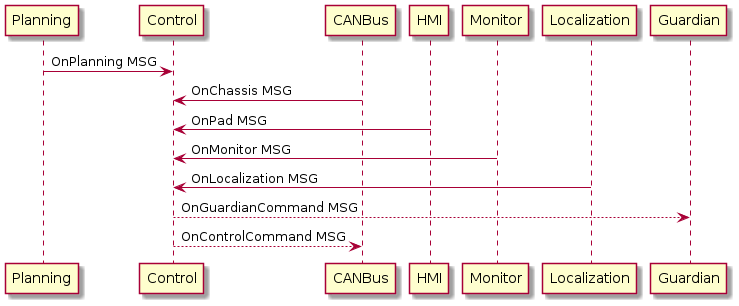
The PlantUML diagram build/pdf/images/plantUMLControl.png in rocko/ost_sisidm_2021_apollo, before a commit.
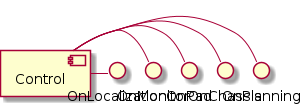
Later version of the same file.

Diff of the diagram source:
```diff
@@ -1,12 +1,9 @@
 @startuml
 !pragma graphviz_dot smetana
 
-Planning -> Control: OnPlanning MSG
-CANBus -> Control: OnChassis MSG
-HMI -> Control: OnPad MSG
-Monitor -> Control: OnMonitor MSG
-Localization -> Control: OnLocalization MSG
-
-Control --> Guardian: OnGuardianCommand MSG
-Control --> CANBus: OnControlCommand MSG
+[Control] - OnPlanning
+[Control] - OnChassis
+[Control] - OnPad
+[Control] - OnMonitor
+[Control] - OnLocalization
 @enduml
```
